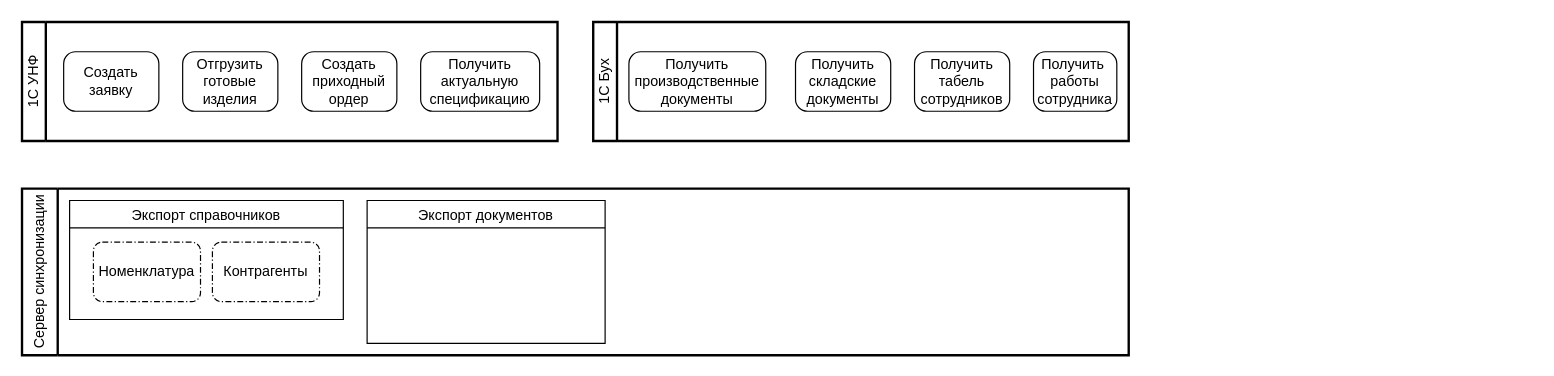
The draw.io diagram HiTek-1C.drawio in sashok74/diagrams, before the edit. Source tidied: cells renumbered, new cells numbered last; positions are measured from the earlier drawing's top-left corner, leaving out a move shared by most shapes. Both pictures are drawn from the tidied source at 119%, with x=0, y=0 at pixel (21, 21).
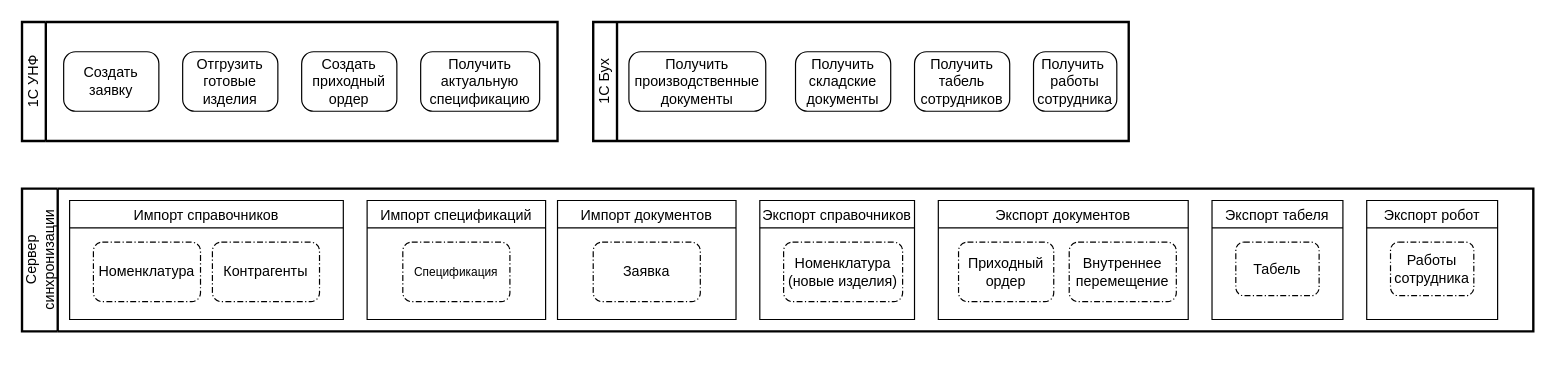
After the change.

Change to the diagram source:
```diff
@@
     <mxCell id="12" value="&lt;div&gt;Сервер синхронизации&lt;/div&gt;" style="swimlane;html=1;startSize=30;fontStyle=0;horizontal=0;swimlaneLine=1;swimlaneFillColor=#ffffff;strokeWidth=2;whiteSpace=wrap;" parent="1" vertex="1">
-      <mxGeometry y="140" width="930" height="140" as="geometry" />
+      <mxGeometry y="140" width="1270" height="120" as="geometry" />
     </mxCell>
-    <mxCell id="13" value="Экспорт документов" style="swimlane;fontStyle=0;" parent="12" vertex="1">
-      <mxGeometry x="290" y="10" width="200" height="120" as="geometry" />
+    <mxCell id="13" value="Импорт документов" style="swimlane;fontStyle=0;" parent="12" vertex="1">
+      <mxGeometry x="450" y="10" width="150" height="100" as="geometry" />
     </mxCell>
+    <mxCell id="17" value="&lt;font style=&quot;font-size: 12px;&quot;&gt;Заявка&lt;/font&gt;" style="rounded=1;dashed=1;dashPattern=5 2 1 2;labelPosition=center;verticalLabelPosition=middle;align=center;verticalAlign=middle;fontSize=8;html=1;whiteSpace=wrap;" parent="13" vertex="1">
+      <mxGeometry x="30" y="35" width="90" height="50" as="geometry" />
+    </mxCell>
-    <mxCell id="14" value="Экспорт справочников" style="swimlane;fontStyle=0;" parent="12" vertex="1">
+    <mxCell id="14" value="Импорт справочников" style="swimlane;fontStyle=0;" parent="12" vertex="1">
       <mxGeometry x="40" y="10" width="230" height="100" as="geometry" />
     </mxCell>
@@
+    <mxCell id="18" value="Экспорт документов" style="swimlane;fontStyle=0;" parent="12" vertex="1">
+      <mxGeometry x="770" y="10" width="210" height="100" as="geometry" />
+    </mxCell>
+    <mxCell id="19" value="&lt;font style=&quot;font-size: 12px;&quot;&gt;Приходный ордер&lt;/font&gt;" style="rounded=1;dashed=1;dashPattern=5 2 1 2;labelPosition=center;verticalLabelPosition=middle;align=center;verticalAlign=middle;fontSize=8;html=1;whiteSpace=wrap;" parent="18" vertex="1">
+      <mxGeometry x="17" y="35" width="80" height="50" as="geometry" />
+    </mxCell>
+    <mxCell id="20" value="&lt;font style=&quot;font-size: 12px;&quot;&gt;Внутреннее перемещение&lt;/font&gt;" style="rounded=1;dashed=1;dashPattern=5 2 1 2;labelPosition=center;verticalLabelPosition=middle;align=center;verticalAlign=middle;fontSize=8;html=1;whiteSpace=wrap;" parent="18" vertex="1">
+      <mxGeometry x="110" y="35" width="90" height="50" as="geometry" />
+    </mxCell>
+    <mxCell id="21" value="Экспорт справочников" style="swimlane;fontStyle=0;" parent="12" vertex="1">
+      <mxGeometry x="620" y="10" width="130" height="100" as="geometry" />
+    </mxCell>
+    <mxCell id="22" value="&lt;div&gt;&lt;font style=&quot;font-size: 12px;&quot;&gt;Номенклатура&lt;/font&gt;&lt;/div&gt;&lt;div&gt;&lt;font style=&quot;font-size: 12px;&quot;&gt;(новые изделия)&lt;br&gt;&lt;/font&gt;&lt;/div&gt;" style="rounded=1;dashed=1;dashPattern=5 2 1 2;labelPosition=center;verticalLabelPosition=middle;align=center;verticalAlign=middle;fontSize=8;html=1;whiteSpace=wrap;" parent="21" vertex="1">
+      <mxGeometry x="20" y="35" width="100" height="50" as="geometry" />
+    </mxCell>
+    <mxCell id="23" value="Импорт спецификаций" style="swimlane;fontStyle=0;" parent="12" vertex="1">
+      <mxGeometry x="290" y="10" width="150" height="100" as="geometry" />
+    </mxCell>
+    <mxCell id="24" value="&lt;font style=&quot;font-size: 10px;&quot;&gt;Спецификация&lt;/font&gt;" style="rounded=1;dashed=1;dashPattern=5 2 1 2;labelPosition=center;verticalLabelPosition=middle;align=center;verticalAlign=middle;fontSize=8;html=1;whiteSpace=wrap;" parent="23" vertex="1">
+      <mxGeometry x="30" y="35" width="90" height="50" as="geometry" />
+    </mxCell>
+    <mxCell id="25" value="Экспорт табеля" style="swimlane;fontStyle=0;" parent="12" vertex="1">
+      <mxGeometry x="1000" y="10" width="110" height="100" as="geometry" />
+    </mxCell>
+    <mxCell id="26" value="&lt;font style=&quot;font-size: 12px;&quot;&gt;Табель&lt;/font&gt;" style="rounded=1;dashed=1;dashPattern=5 2 1 2;labelPosition=center;verticalLabelPosition=middle;align=center;verticalAlign=middle;fontSize=8;html=1;whiteSpace=wrap;" parent="25" vertex="1">
+      <mxGeometry x="20" y="35" width="70" height="45" as="geometry" />
+    </mxCell>
+    <mxCell id="27" value="Экспорт робот" style="swimlane;fontStyle=0;" parent="12" vertex="1">
+      <mxGeometry x="1130" y="10" width="110" height="100" as="geometry" />
+    </mxCell>
+    <mxCell id="28" value="&lt;font style=&quot;font-size: 12px;&quot;&gt;Работы сотрудника&lt;/font&gt;" style="rounded=1;dashed=1;dashPattern=5 2 1 2;labelPosition=center;verticalLabelPosition=middle;align=center;verticalAlign=middle;fontSize=8;html=1;whiteSpace=wrap;" parent="27" vertex="1">
+      <mxGeometry x="20" y="35" width="70" height="45" as="geometry" />
+    </mxCell>
```
